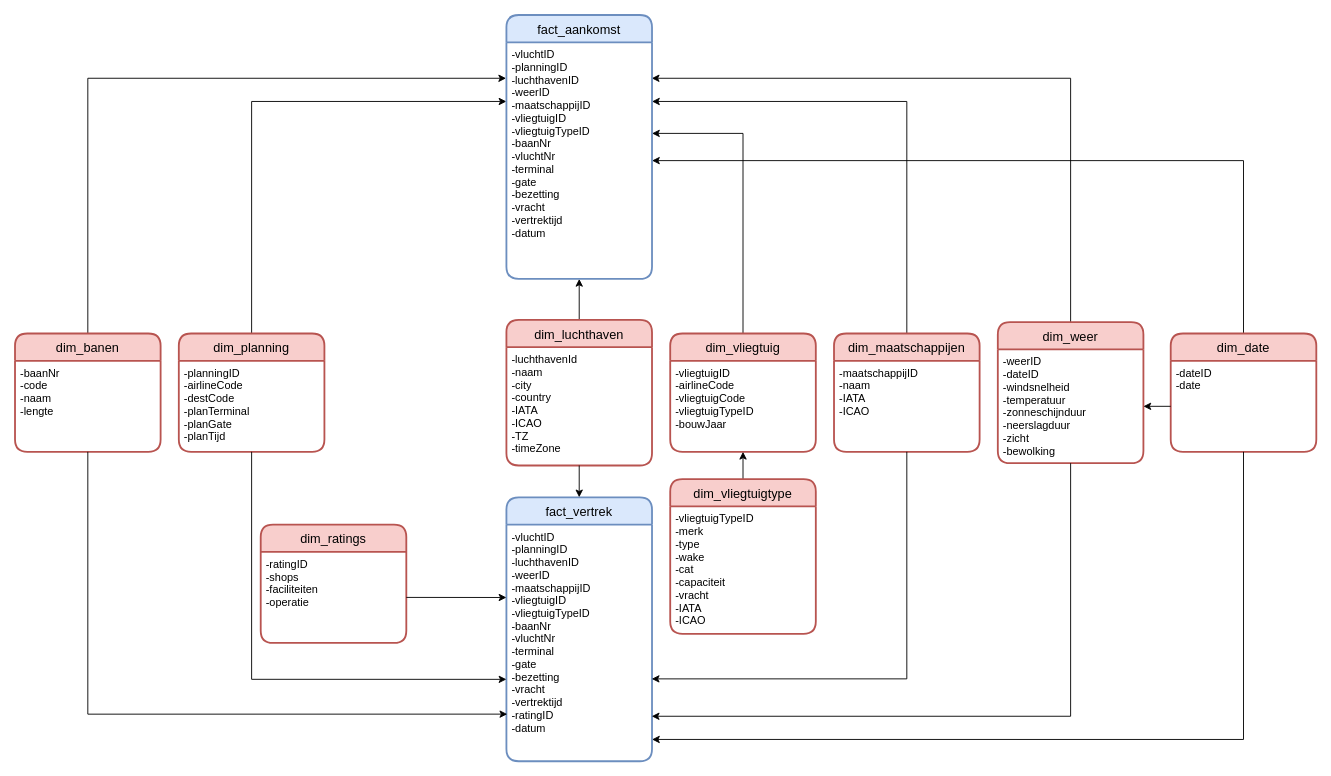
Before: assets/diagrams/STER.drawio in snenenenenenene/vision-airport, a draw.io diagram. Source tidied: cells renumbered, new cells numbered last; positions are measured from the earlier drawing's top-left corner, leaving out a move shared by most shapes. Both pictures are drawn from the tidied source at 91%, with x=0, y=0 at pixel (15, 15).
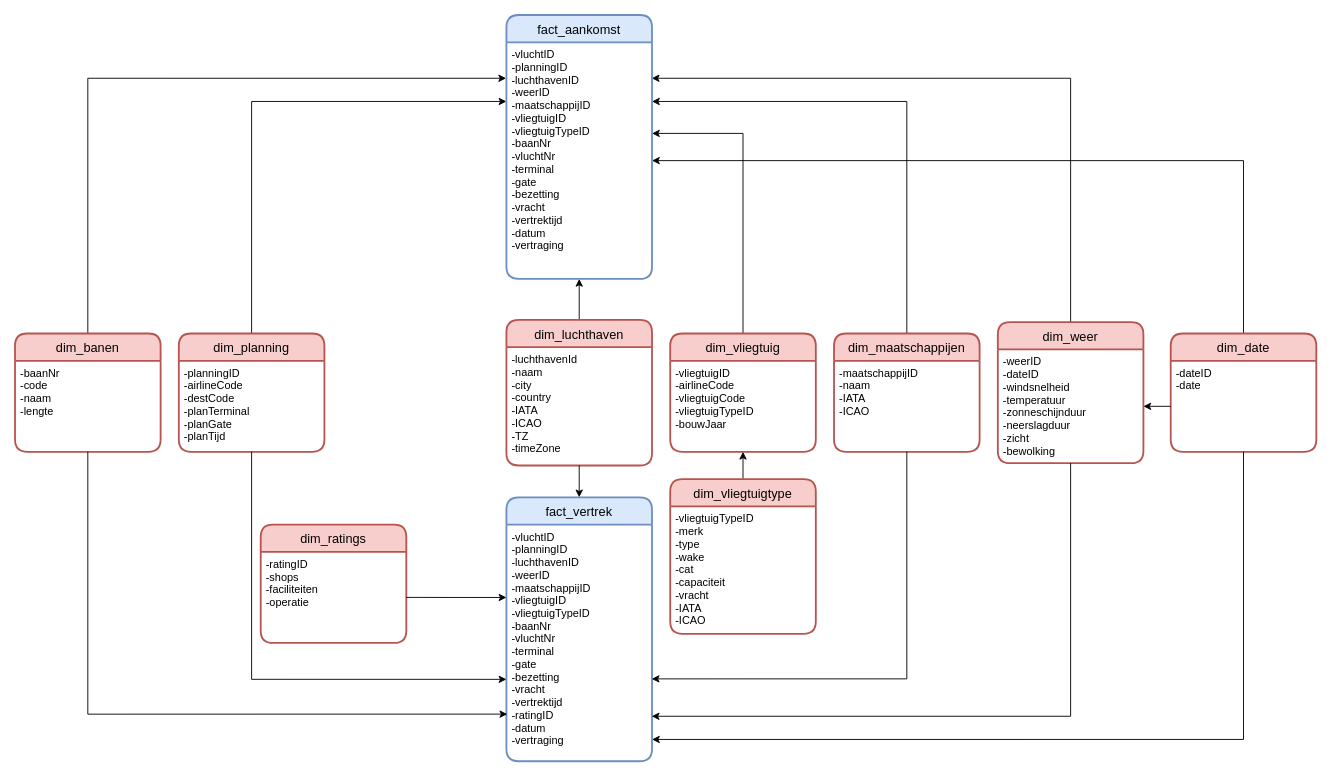
Above is the later version.

Unchanged cells that the change refers to:
```xml
<mxCell id="23" value="fact_vertrek" style="swimlane;horizontal=1;startSize=30;rounded=1;fontSize=14;fontStyle=0;strokeWidth=2;shadow=0;dashed=0;align=center;fillColor=#dae8fc;strokeColor=#6c8ebf;" parent="1" vertex="1">
  <mxGeometry x="540" y="530" width="160" height="290" as="geometry" />
</mxCell>
<mxCell id="25" value="fact_aankomst" style="swimlane;horizontal=1;startSize=30;rounded=1;fontSize=14;fontStyle=0;strokeWidth=2;shadow=0;dashed=0;align=center;fillColor=#dae8fc;strokeColor=#6c8ebf;" parent="1" vertex="1">
  <mxGeometry x="540" width="160" height="290" as="geometry" />
</mxCell>
```

Diff of the diagram source:
```diff
@@
-    <mxCell id="24" value="-vluchtID&#10;-planningID&#10;-luchthavenID&#10;-weerID&#10;-maatschappijID&#10;-vliegtuigID&#10;-vliegtuigTypeID&#10;-baanNr&#10;-vluchtNr&#10;-terminal&#10;-gate&#10;-bezetting&#10;-vracht&#10;-vertrektijd&#10;-ratingID&#10;-datum" style="align=left;strokeColor=none;fillColor=none;spacingLeft=4;fontSize=12;verticalAlign=top;" parent="23" vertex="1">
+    <mxCell id="24" value="-vluchtID&#10;-planningID&#10;-luchthavenID&#10;-weerID&#10;-maatschappijID&#10;-vliegtuigID&#10;-vliegtuigTypeID&#10;-baanNr&#10;-vluchtNr&#10;-terminal&#10;-gate&#10;-bezetting&#10;-vracht&#10;-vertrektijd&#10;-ratingID&#10;-datum&#10;-vertraging" style="align=left;strokeColor=none;fillColor=none;spacingLeft=4;fontSize=12;verticalAlign=top;" parent="23" vertex="1">
       <mxGeometry y="30" width="160" height="260" as="geometry" />
     </mxCell>
@@
-    <mxCell id="26" value="-vluchtID&#10;-planningID&#10;-luchthavenID&#10;-weerID&#10;-maatschappijID&#10;-vliegtuigID&#10;-vliegtuigTypeID&#10;-baanNr&#10;-vluchtNr&#10;-terminal&#10;-gate&#10;-bezetting&#10;-vracht&#10;-vertrektijd&#10;-datum" style="align=left;strokeColor=none;fillColor=none;spacingLeft=4;fontSize=12;verticalAlign=top;" parent="25" vertex="1">
+    <mxCell id="26" value="-vluchtID&#10;-planningID&#10;-luchthavenID&#10;-weerID&#10;-maatschappijID&#10;-vliegtuigID&#10;-vliegtuigTypeID&#10;-baanNr&#10;-vluchtNr&#10;-terminal&#10;-gate&#10;-bezetting&#10;-vracht&#10;-vertrektijd&#10;-datum&#10;-vertraging" style="align=left;strokeColor=none;fillColor=none;spacingLeft=4;fontSize=12;verticalAlign=top;" parent="25" vertex="1">
       <mxGeometry y="30" width="160" height="260" as="geometry" />
     </mxCell>
```
